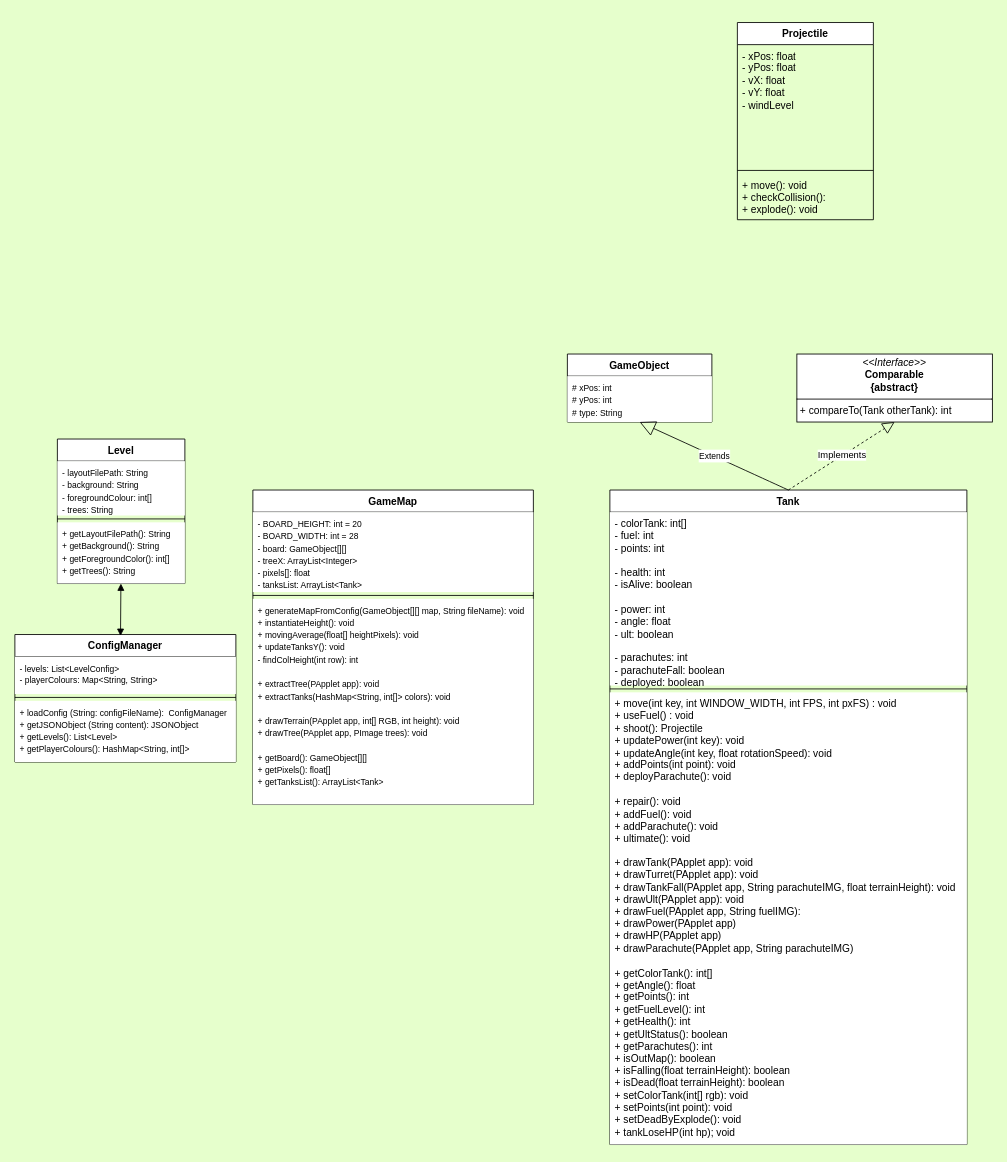
Earlier version of the draw.io diagram Tanks Layout.drawio (NguyenChHieu/Tanks). Source tidied: cells renumbered, new cells numbered last; positions are measured from the earlier drawing's top-left corner, leaving out a move shared by most shapes. Both pictures are drawn from the tidied source at 85%, with x=0, y=0 at pixel (14, 22).
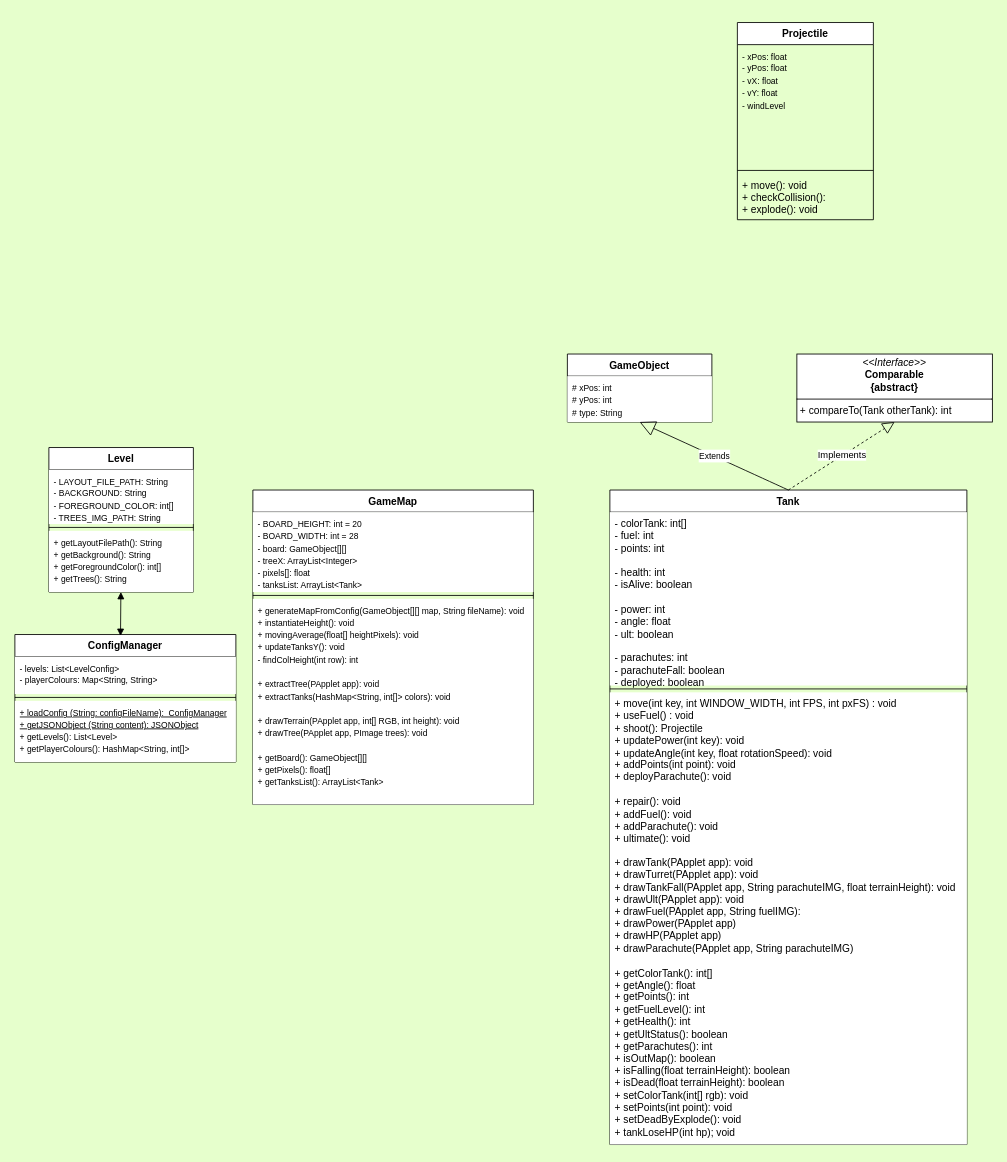
Above is the later version.

The change refers to these unchanged cells:
```xml
<mxCell id="6" value="ConfigManager" style="swimlane;fontStyle=1;align=center;verticalAlign=top;horizontal=1;startSize=26;whiteSpace=wrap;html=1;" parent="1" vertex="1">
  <mxGeometry y="720" width="260" height="150" as="geometry" />
</mxCell>
<mxCell id="14" value="Projectile" style="swimlane;fontStyle=1;align=center;verticalAlign=top;horizontal=1;startSize=26;whiteSpace=wrap;html=1;" parent="1" vertex="1">
  <mxGeometry x="850" width="160" height="232" as="geometry" />
</mxCell>
```

Diff of the diagram source:
```diff
@@
-    <mxCell id="9" value="&lt;font style=&quot;font-size: 10px;&quot;&gt;+ loadConfig (String: configFileName): &amp;nbsp;ConfigManager&lt;div style=&quot;font-size: 12px;&quot;&gt;&lt;font style=&quot;font-size: 10px;&quot;&gt;+ getJSONObject (String content): JSONObject&lt;/font&gt;&lt;/div&gt;+ getLevels(): List&amp;lt;Level&amp;gt;&lt;/font&gt;&lt;div&gt;&lt;font style=&quot;font-size: 10px;&quot;&gt;+ getPlayerColours(): HashMap&amp;lt;String, int[]&amp;gt;&lt;/font&gt;&lt;/div&gt;" style="text;strokeColor=none;fillColor=default;align=left;verticalAlign=top;spacingLeft=4;spacingRight=4;overflow=hidden;whiteSpace=wrap;html=1;" parent="6" vertex="1">
+    <mxCell id="9" value="&lt;font style=&quot;font-size: 10px;&quot;&gt;&lt;u&gt;+ loadConfig (String: configFileName): &amp;nbsp;ConfigManager&lt;/u&gt;&lt;div style=&quot;font-size: 12px;&quot;&gt;&lt;font style=&quot;font-size: 10px;&quot;&gt;&lt;u&gt;+ getJSONObject (String content): JSONObject&lt;/u&gt;&lt;/font&gt;&lt;/div&gt;+ getLevels(): List&amp;lt;Level&amp;gt;&lt;/font&gt;&lt;div&gt;&lt;font style=&quot;font-size: 10px;&quot;&gt;+ getPlayerColours(): HashMap&amp;lt;String, int[]&amp;gt;&lt;/font&gt;&lt;/div&gt;" style="text;strokeColor=none;fillColor=default;align=left;verticalAlign=top;spacingLeft=4;spacingRight=4;overflow=hidden;whiteSpace=wrap;html=1;" parent="6" vertex="1">
       <mxGeometry y="78" width="260" height="72" as="geometry" />
     </mxCell>
     <mxCell id="10" value="Level" style="swimlane;fontStyle=1;align=center;verticalAlign=top;horizontal=1;startSize=26;whiteSpace=wrap;html=1;" parent="1" vertex="1">
-      <mxGeometry x="50" y="490" width="150" height="170" as="geometry" />
+      <mxGeometry x="40" y="500" width="170" height="170" as="geometry" />
     </mxCell>
-    <mxCell id="11" value="&lt;div&gt;&lt;font style=&quot;font-size: 10px;&quot;&gt;- layoutFilePath:&amp;nbsp;&lt;/font&gt;&lt;span style=&quot;font-size: 10px;&quot;&gt;String&lt;/span&gt;&lt;br&gt;&lt;/div&gt;&lt;div&gt;&lt;span style=&quot;background-color: initial;&quot;&gt;&lt;font style=&quot;font-size: 10px;&quot;&gt;- background:&amp;nbsp;&lt;/font&gt;&lt;/span&gt;&lt;span style=&quot;font-size: 10px;&quot;&gt;String&amp;nbsp;&lt;/span&gt;&lt;div&gt;&lt;font style=&quot;font-size: 10px;&quot;&gt;- foregroundColour: int[]&lt;/font&gt;&lt;/div&gt;&lt;div&gt;&lt;font style=&quot;font-size: 10px;&quot;&gt;- trees:&amp;nbsp;&lt;/font&gt;&lt;span style=&quot;font-size: 10px; background-color: initial;&quot;&gt;String&lt;/span&gt;&lt;/div&gt;&lt;/div&gt;" style="text;strokeColor=none;fillColor=default;align=left;verticalAlign=top;spacingLeft=4;spacingRight=4;overflow=hidden;whiteSpace=wrap;html=1;" parent="10" vertex="1">
-      <mxGeometry y="26" width="150" height="64" as="geometry" />
+    <mxCell id="11" value="&lt;div&gt;&lt;font style=&quot;font-size: 10px;&quot;&gt;- LAYOUT_FILE_PATH:&amp;nbsp;&lt;/font&gt;&lt;span style=&quot;font-size: 10px;&quot;&gt;String&lt;/span&gt;&lt;br&gt;&lt;/div&gt;&lt;div&gt;&lt;span style=&quot;background-color: initial;&quot;&gt;&lt;font style=&quot;font-size: 10px;&quot;&gt;- BACKGROUND:&amp;nbsp;&lt;/font&gt;&lt;/span&gt;&lt;span style=&quot;font-size: 10px;&quot;&gt;String&amp;nbsp;&lt;/span&gt;&lt;div&gt;&lt;font style=&quot;font-size: 10px;&quot;&gt;- FOREGROUND_COLOR: int[]&lt;/font&gt;&lt;/div&gt;&lt;div&gt;&lt;font style=&quot;font-size: 10px;&quot;&gt;- TREES_IMG_PATH:&amp;nbsp;&lt;/font&gt;&lt;span style=&quot;font-size: 10px; background-color: initial;&quot;&gt;String&lt;/span&gt;&lt;/div&gt;&lt;/div&gt;" style="text;strokeColor=none;fillColor=default;align=left;verticalAlign=top;spacingLeft=4;spacingRight=4;overflow=hidden;whiteSpace=wrap;html=1;" parent="10" vertex="1">
+      <mxGeometry y="26" width="170" height="64" as="geometry" />
     </mxCell>
     <mxCell id="12" style="line;strokeWidth=1;fillColor=none;align=left;verticalAlign=middle;spacingTop=-1;spacingLeft=3;spacingRight=3;labelPosition=right;strokeColor=inherit;" parent="10" vertex="1">
-      <mxGeometry y="90" width="150" height="8" as="geometry" />
+      <mxGeometry y="90" width="170" height="8" as="geometry" />
     </mxCell>
     <mxCell id="13" value="&lt;font size=&quot;1&quot;&gt;+ getLayoutFilePath(): String&lt;/font&gt;&lt;div&gt;&lt;font size=&quot;1&quot;&gt;+ getBackground(): String&lt;/font&gt;&lt;/div&gt;&lt;div&gt;&lt;font size=&quot;1&quot;&gt;+ getForegroundColor(): int[]&lt;/font&gt;&lt;/div&gt;&lt;div&gt;&lt;font size=&quot;1&quot;&gt;+ getTrees(): String&lt;/font&gt;&lt;/div&gt;" style="text;strokeColor=none;fillColor=default;align=left;verticalAlign=top;spacingLeft=4;spacingRight=4;overflow=hidden;points=[[0,0.5],[1,0.5]];portConstraint=eastwest;whiteSpace=wrap;html=1;" parent="10" vertex="1">
-      <mxGeometry y="98" width="150" height="72" as="geometry" />
+      <mxGeometry y="98" width="170" height="72" as="geometry" />
     </mxCell>
@@
-    <mxCell id="15" value="&lt;div&gt;- xPos: float&lt;/div&gt;&lt;div&gt;- yPos: float&lt;/div&gt;&lt;div&gt;- vX: float&lt;/div&gt;&lt;div&gt;- vY: float&lt;/div&gt;&lt;div&gt;- windLevel&lt;/div&gt;" style="text;strokeColor=none;fillColor=none;align=left;verticalAlign=top;spacingLeft=4;spacingRight=4;overflow=hidden;whiteSpace=wrap;html=1;" parent="14" vertex="1">
+    <mxCell id="15" value="&lt;div&gt;&lt;font style=&quot;font-size: 10px;&quot;&gt;- xPos: float&lt;/font&gt;&lt;/div&gt;&lt;div&gt;&lt;font style=&quot;font-size: 10px;&quot;&gt;- yPos: float&lt;/font&gt;&lt;/div&gt;&lt;div&gt;&lt;font style=&quot;font-size: 10px;&quot;&gt;- vX: float&lt;/font&gt;&lt;/div&gt;&lt;div&gt;&lt;font style=&quot;font-size: 10px;&quot;&gt;- vY: float&lt;/font&gt;&lt;/div&gt;&lt;div&gt;&lt;font style=&quot;font-size: 10px;&quot;&gt;- windLevel&lt;/font&gt;&lt;/div&gt;" style="text;strokeColor=none;fillColor=none;align=left;verticalAlign=top;spacingLeft=4;spacingRight=4;overflow=hidden;whiteSpace=wrap;html=1;" parent="14" vertex="1">
       <mxGeometry y="26" width="160" height="144" as="geometry" />
     </mxCell>
```
